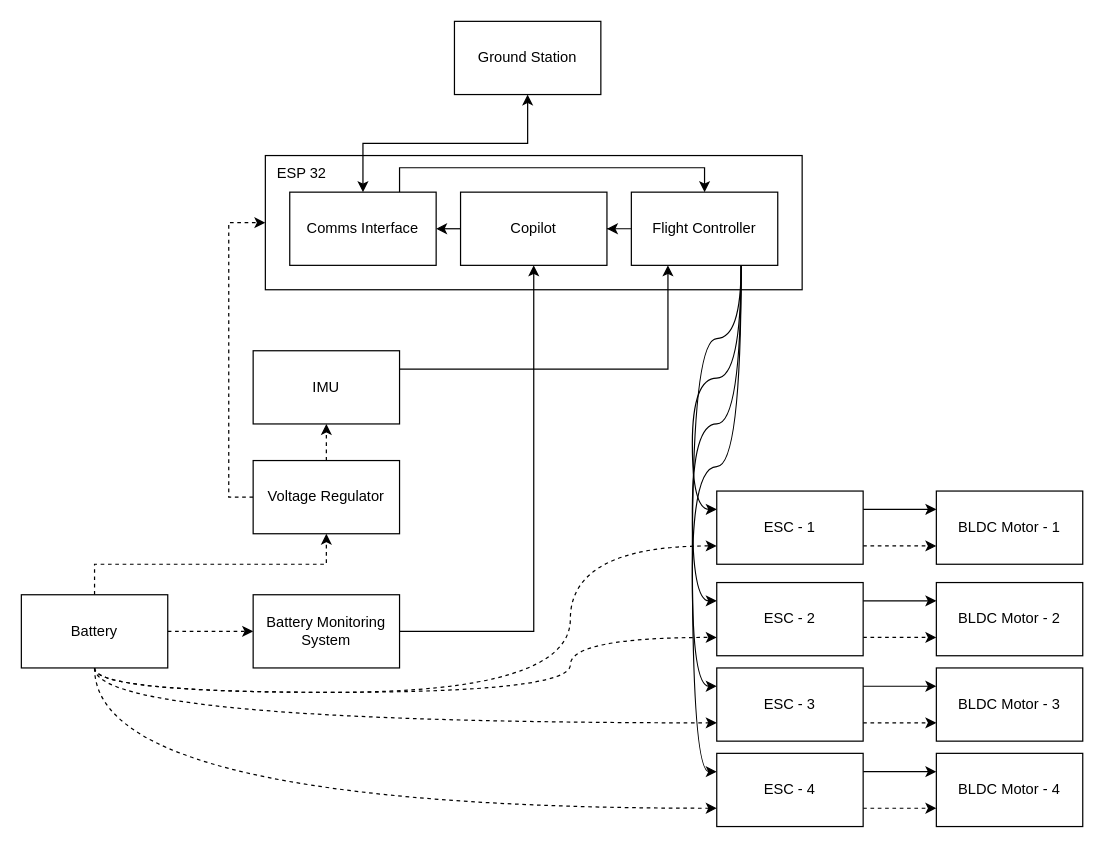
Earlier version of the draw.io diagram docs/System Architecture.drawio (fahadhub/quadcopter). Source tidied: cells renumbered, new cells numbered last; positions are measured from the earlier drawing's top-left corner, leaving out a move shared by most shapes. Both pictures are drawn from the tidied source at 122%, with x=0, y=0 at pixel (21, 21).
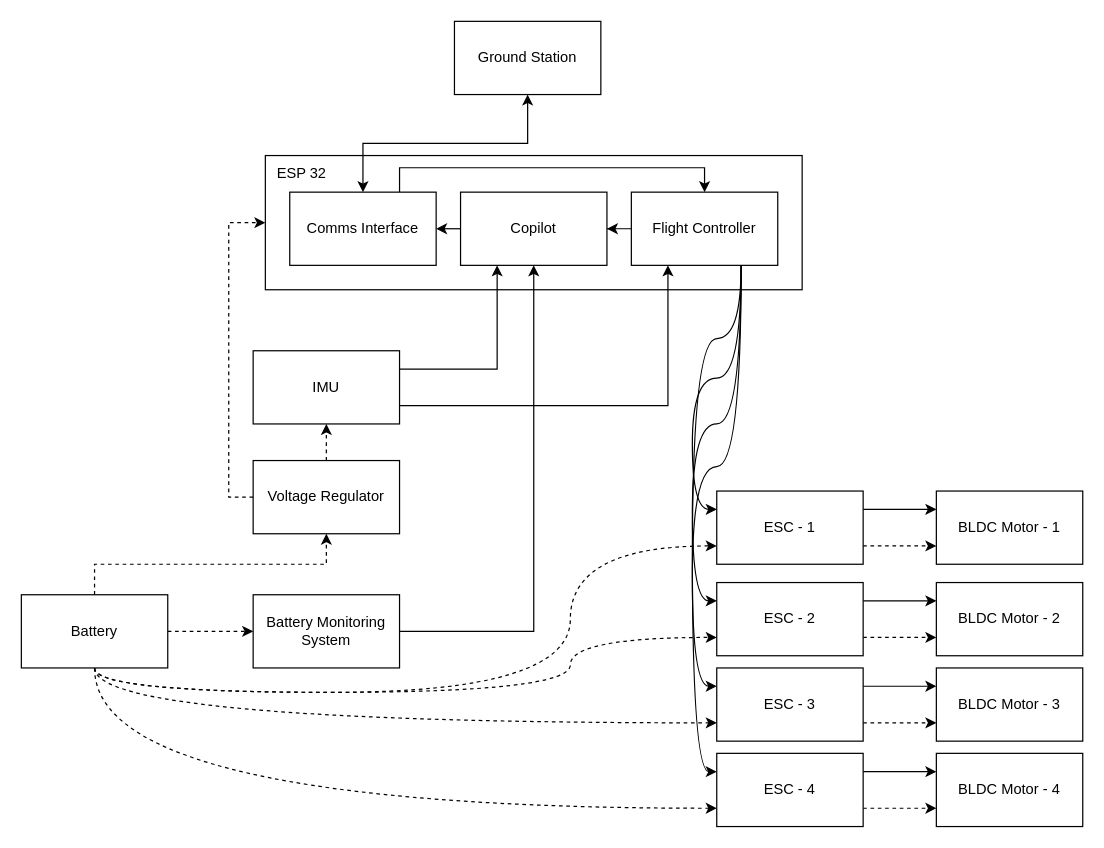
After the change.

Unchanged cells that the change refers to:
```xml
<mxCell id="6" value="IMU" style="rounded=0;whiteSpace=wrap;html=1;" parent="1" vertex="1">
  <mxGeometry x="190" y="270" width="120" height="60" as="geometry" />
</mxCell>
<mxCell id="26" value="Copilot" style="rounded=0;whiteSpace=wrap;html=1;" parent="1" vertex="1">
  <mxGeometry x="360" y="140" width="120" height="60" as="geometry" />
</mxCell>
<mxCell id="32" value="Flight Controller" style="rounded=0;whiteSpace=wrap;html=1;" parent="1" vertex="1">
  <mxGeometry x="500" y="140" width="120" height="60" as="geometry" />
</mxCell>
```

What changed in the source:
```diff
@@
-    <mxCell id="5" style="edgeStyle=orthogonalEdgeStyle;rounded=0;jettySize=auto;html=1;exitX=1;exitY=0.25;exitDx=0;exitDy=0;entryX=0.25;entryY=1;entryDx=0;entryDy=0;" parent="1" edge="1" source="6" target="32">
+    <mxCell id="5" style="edgeStyle=orthogonalEdgeStyle;rounded=0;jettySize=auto;html=1;exitX=1;exitY=0.75;exitDx=0;exitDy=0;entryX=0.25;entryY=1;entryDx=0;entryDy=0;" parent="1" edge="1" source="6" target="32">
       <mxGeometry relative="1" as="geometry" />
     </mxCell>
+    <mxCell id="46" style="edgeStyle=orthogonalEdgeStyle;rounded=0;jettySize=auto;html=1;exitX=1;exitY=0.25;exitDx=0;exitDy=0;entryX=0.25;entryY=1;entryDx=0;entryDy=0;" parent="1" edge="1" source="6" target="26">
+      <mxGeometry relative="1" as="geometry" />
+    </mxCell>
```
